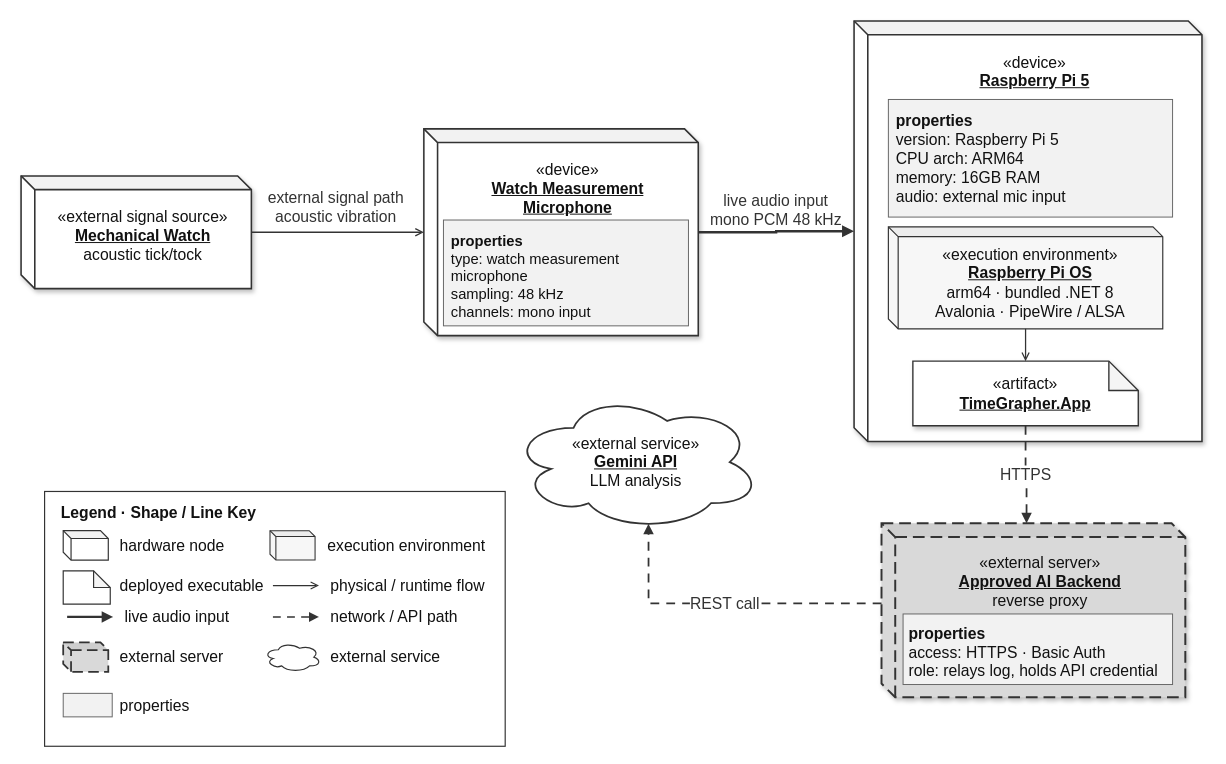
lgcmu2026-team5/TimeGrapher-Docs keeps this draw.io diagram as FinalDemo/assets/0_deployment-view.drawio. Above is the earlier version. Source tidied: cells renumbered, new cells numbered last; positions are measured from the earlier drawing's top-left corner, leaving out a move shared by most shapes. Both pictures are drawn from the tidied source at 98%, with x=0, y=0 at pixel (21, 21).
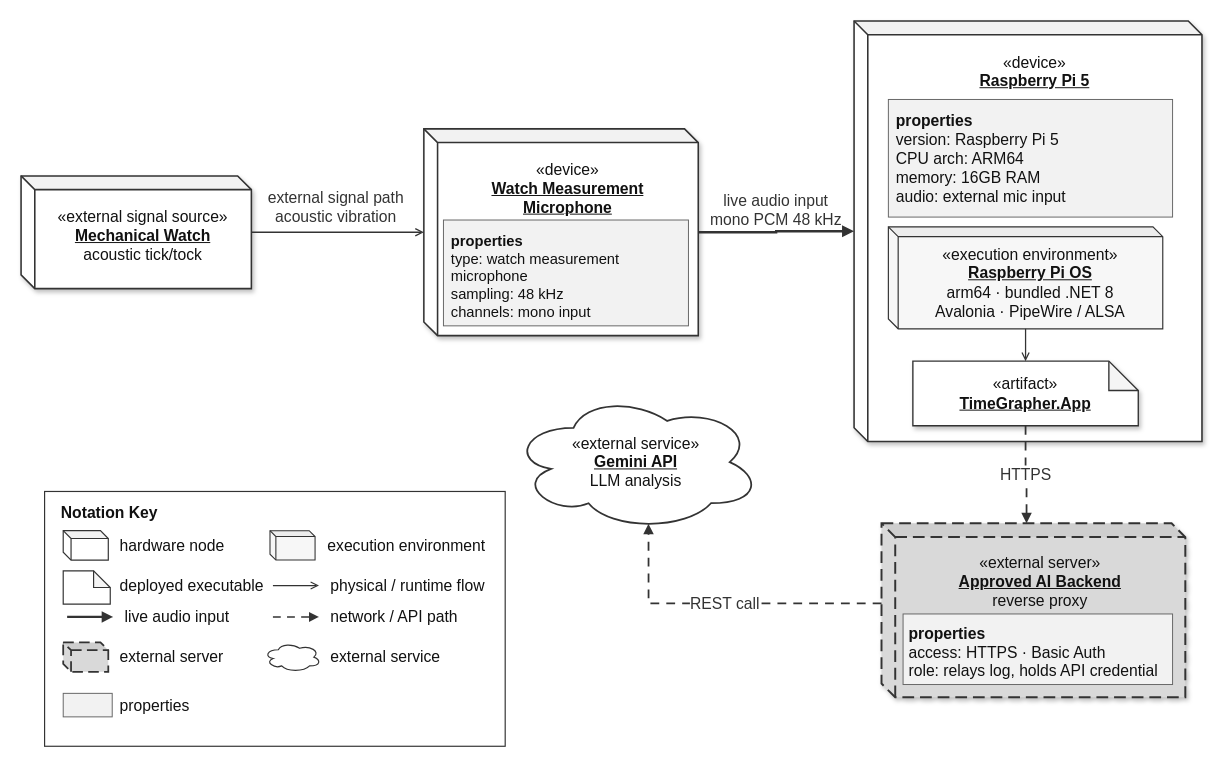
The same page after the edit.

Commit message (it also covers changes not shown here):
Merge remote-tracking branch 'origin/main' into docs/milestone-review-updates

Change to the diagram source:
```diff
@@
-    <mxCell id="20" value="Legend · Shape / Line Key" style="text;html=1;strokeColor=none;fillColor=none;align=left;verticalAlign=middle;fontFamily=Helvetica;fontSize=16;fontColor=#111111;fontStyle=1;" parent="1" vertex="1">
+    <mxCell id="20" value="Notation Key" style="text;html=1;strokeColor=none;fillColor=none;align=left;verticalAlign=middle;fontFamily=Helvetica;fontSize=16;fontColor=#111111;fontStyle=1;" parent="1" vertex="1">
       <mxGeometry x="39" y="491" width="250" height="22" as="geometry" />
     </mxCell>
```
